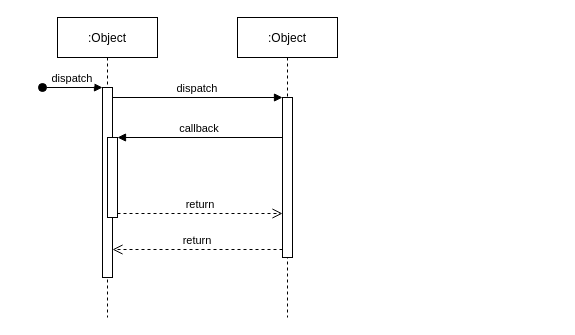
Before: Untitled Diagram.drawio in mav735/UML_HSE_HOMEWORK, a draw.io diagram. Source tidied: cells renumbered, new cells numbered last; positions are measured from the earlier drawing's top-left corner, leaving out a move shared by most shapes. Both pictures are drawn from the tidied source at 100%, with x=0, y=0 at pixel (42, 17).
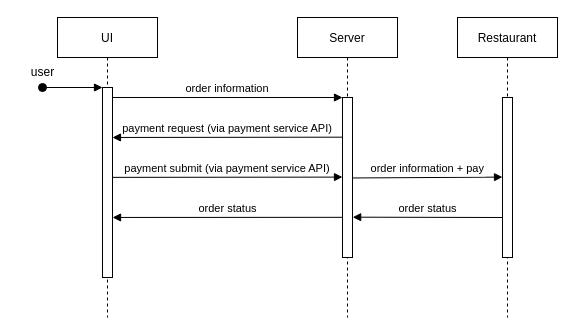
The same diagram, later.

Diff of the diagram source:
```diff
@@
 <mxGraphModel>
   <root>
     <mxCell id="0" />
     <mxCell id="1" parent="0" />
-    <mxCell id="2" value=":Object" style="shape=umlLifeline;perimeter=lifelinePerimeter;rounded=0;shadow=0;strokeWidth=1;" parent="1" vertex="1">
+    <mxCell id="2" value="UI" style="shape=umlLifeline;perimeter=lifelinePerimeter;rounded=0;shadow=0;strokeWidth=1;" parent="1" vertex="1">
       <mxGeometry x="15" width="100" height="300" as="geometry" />
     </mxCell>
     <mxCell id="3" style="points=[];perimeter=orthogonalPerimeter;rounded=0;shadow=0;strokeWidth=1;" parent="2" vertex="1">
       <mxGeometry x="45" y="70" width="10" height="190" as="geometry" />
     </mxCell>
-    <mxCell id="4" value="dispatch" style="verticalAlign=bottom;startArrow=oval;endArrow=block;startSize=8;shadow=0;strokeWidth=1;" parent="2" edge="1" target="3">
+    <mxCell id="4" style="verticalAlign=bottom;startArrow=oval;endArrow=block;startSize=8;shadow=0;strokeWidth=1;" parent="2" edge="1" target="3">
       <mxGeometry relative="1" as="geometry">
         <mxPoint x="-15" y="70" as="sourcePoint" />
       </mxGeometry>
     </mxCell>
-    <mxCell id="5" style="points=[];perimeter=orthogonalPerimeter;rounded=0;shadow=0;strokeWidth=1;" parent="2" vertex="1">
-      <mxGeometry x="50" y="120" width="10" height="80" as="geometry" />
-    </mxCell>
-    <mxCell id="6" value=":Object" style="shape=umlLifeline;perimeter=lifelinePerimeter;rounded=0;shadow=0;strokeWidth=1;" parent="1" vertex="1">
-      <mxGeometry x="195" width="100" height="300" as="geometry" />
+    <mxCell id="6" value="Server" style="shape=umlLifeline;perimeter=lifelinePerimeter;rounded=0;shadow=0;strokeWidth=1;" parent="1" vertex="1">
+      <mxGeometry x="255" width="100" height="300" as="geometry" />
     </mxCell>
     <mxCell id="7" style="points=[];perimeter=orthogonalPerimeter;rounded=0;shadow=0;strokeWidth=1;" parent="6" vertex="1">
       <mxGeometry x="45" y="80" width="10" height="160" as="geometry" />
     </mxCell>
-    <mxCell id="8" value="return" style="verticalAlign=bottom;endArrow=open;dashed=1;endSize=8;exitX=0;exitY=0.95;shadow=0;strokeWidth=1;" parent="1" edge="1" source="7" target="3">
-      <mxGeometry relative="1" as="geometry" />
-    </mxCell>
+    <mxCell id="12" value="payment submit (via payment service API)" style="verticalAlign=bottom;endArrow=block;entryX=0;entryY=0;shadow=0;strokeWidth=1;exitX=0.999;exitY=0.473;exitDx=0;exitDy=0;exitPerimeter=0;" parent="6" edge="1" source="3">
+      <mxGeometry relative="1" as="geometry">
+        <mxPoint x="45" y="159.6" as="targetPoint" />
+      </mxGeometry>
+    </mxCell>
-    <mxCell id="9" value="dispatch" style="verticalAlign=bottom;endArrow=block;entryX=0;entryY=0;shadow=0;strokeWidth=1;" parent="1" edge="1" source="3" target="7">
+    <mxCell id="9" value="order information" style="verticalAlign=bottom;endArrow=block;entryX=0;entryY=0;shadow=0;strokeWidth=1;" parent="1" edge="1" source="3" target="7">
       <mxGeometry relative="1" as="geometry" />
     </mxCell>
-    <mxCell id="10" value="callback" style="verticalAlign=bottom;endArrow=block;entryX=1;entryY=0;shadow=0;strokeWidth=1;" parent="1" edge="1" source="7" target="5">
+    <mxCell id="10" value="payment request (via payment service API)" style="verticalAlign=bottom;endArrow=block;entryX=0.996;entryY=0.263;shadow=0;strokeWidth=1;exitX=0.003;exitY=0.248;exitDx=0;exitDy=0;exitPerimeter=0;entryDx=0;entryDy=0;entryPerimeter=0;" parent="1" edge="1" source="7" target="3">
       <mxGeometry relative="1" as="geometry" />
     </mxCell>
-    <mxCell id="11" value="return" style="verticalAlign=bottom;endArrow=open;dashed=1;endSize=8;exitX=1;exitY=0.95;shadow=0;strokeWidth=1;" parent="1" edge="1" source="5" target="7">
-      <mxGeometry relative="1" as="geometry" />
-    </mxCell>
+    <mxCell id="13" value="user" style="text;html=1;align=center;verticalAlign=middle;strokeColor=none;fillColor=none;" parent="1" vertex="1">
+      <mxGeometry x="-25" y="40" width="50" height="30" as="geometry" />
+    </mxCell>
+    <mxCell id="14" value="Restaurant" style="shape=umlLifeline;perimeter=lifelinePerimeter;rounded=0;shadow=0;strokeWidth=1;" parent="1" vertex="1">
+      <mxGeometry x="415" width="100" height="300" as="geometry" />
+    </mxCell>
+    <mxCell id="15" style="points=[];perimeter=orthogonalPerimeter;rounded=0;shadow=0;strokeWidth=1;" parent="14" vertex="1">
+      <mxGeometry x="45" y="80" width="10" height="160" as="geometry" />
+    </mxCell>
+    <mxCell id="16" value="order information + pay" style="verticalAlign=bottom;endArrow=block;entryX=0;entryY=0;shadow=0;strokeWidth=1;exitX=1.024;exitY=0.503;exitDx=0;exitDy=0;exitPerimeter=0;" parent="14" edge="1" source="7">
+      <mxGeometry relative="1" as="geometry">
+        <mxPoint x="45" y="159.6" as="targetPoint" />
+      </mxGeometry>
+    </mxCell>
+    <mxCell id="17" value="order status" style="html=1;verticalAlign=bottom;endArrow=block;rounded=0;exitX=-0.028;exitY=0.75;exitDx=0;exitDy=0;exitPerimeter=0;entryX=1.018;entryY=0.748;entryDx=0;entryDy=0;entryPerimeter=0;" parent="1" edge="1" source="15" target="7">
+      <mxGeometry relative="1" as="geometry" />
+    </mxCell>
+    <mxCell id="8" value="order status" style="html=1;verticalAlign=bottom;endArrow=block;rounded=0;exitX=-0.001;exitY=0.749;exitDx=0;exitDy=0;exitPerimeter=0;entryX=1.004;entryY=0.684;entryDx=0;entryDy=0;entryPerimeter=0;" parent="1" edge="1" source="7" target="3">
+      <mxGeometry relative="1" as="geometry" />
+    </mxCell>
   </root>
 </mxGraphModel>
```
